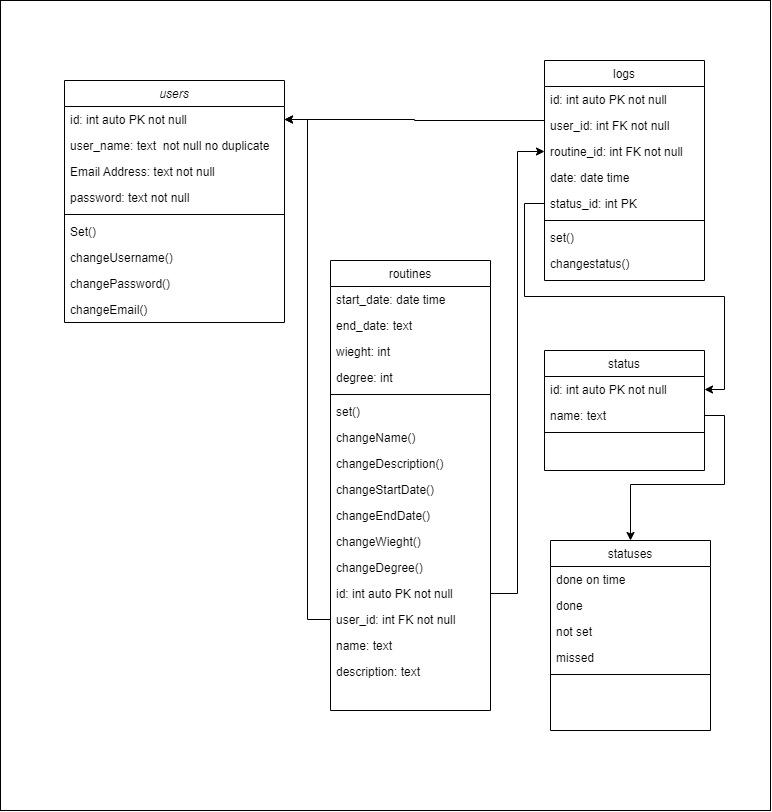
Before: Database schema.drawio.png, a diagram exported from draw.io (ahmedelbrmbaly/routiner). Source tidied: cells renumbered, new cells last; positions are measured from the earlier drawing's top-left corner, leaving out a move shared by most shapes.
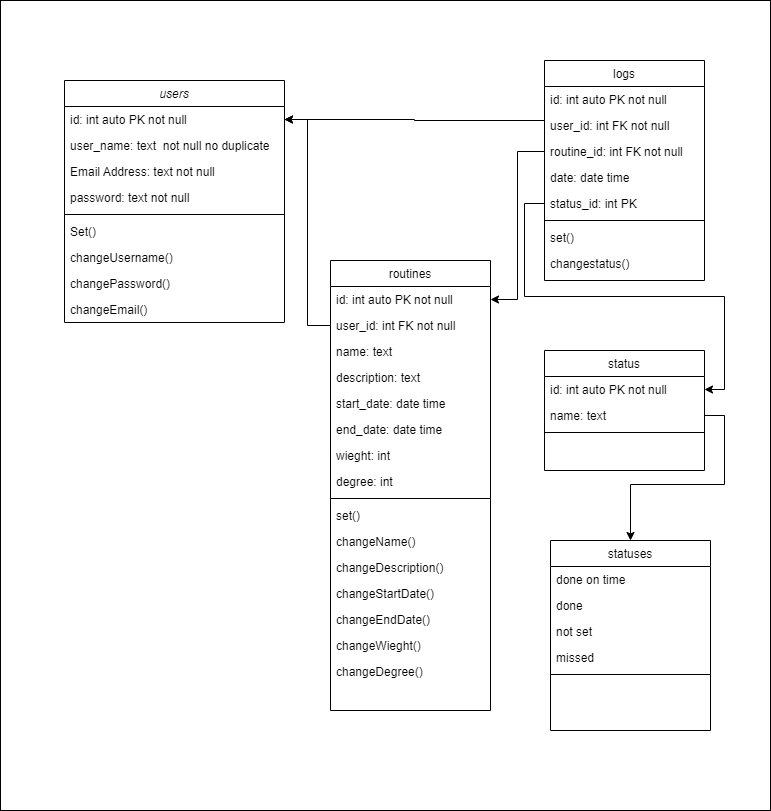
The same diagram one commit later.

Diff of the diagram source:
```diff
@@ -38,54 +38,54 @@
     <mxCell id="13" value="routines" style="swimlane;fontStyle=0;align=center;verticalAlign=top;horizontal=1;startSize=26;rounded=0;shadow=0;strokeWidth=1;" parent="1" vertex="1">
       <mxGeometry x="330" y="260" width="160" height="450" as="geometry" />
     </mxCell>
+    <mxCell id="26" value="id: int auto PK not null" style="text;align=left;verticalAlign=top;spacingLeft=4;spacingRight=4;overflow=hidden;points=[[0,0.5],[1,0.5]];portConstraint=eastwest;" parent="13" vertex="1">
+      <mxGeometry y="26" width="160" height="26" as="geometry" />
+    </mxCell>
+    <mxCell id="27" value="user_id: int FK not null" style="text;align=left;verticalAlign=top;spacingLeft=4;spacingRight=4;overflow=hidden;points=[[0,0.5],[1,0.5]];portConstraint=eastwest;" parent="13" vertex="1">
+      <mxGeometry y="52" width="160" height="26" as="geometry" />
+    </mxCell>
+    <mxCell id="28" value="name: text" style="text;align=left;verticalAlign=top;spacingLeft=4;spacingRight=4;overflow=hidden;rounded=0;shadow=0;html=0;" parent="13" vertex="1">
+      <mxGeometry y="78" width="160" height="26" as="geometry" />
+    </mxCell>
+    <mxCell id="29" value="description: text" style="text;align=left;verticalAlign=top;spacingLeft=4;spacingRight=4;overflow=hidden;rounded=0;shadow=0;html=0;" parent="13" vertex="1">
+      <mxGeometry y="104" width="160" height="26" as="geometry" />
+    </mxCell>
     <mxCell id="14" value="start_date: date time" style="text;align=left;verticalAlign=top;spacingLeft=4;spacingRight=4;overflow=hidden;rounded=0;shadow=0;html=0;" parent="13" vertex="1">
-      <mxGeometry y="26" width="160" height="26" as="geometry" />
+      <mxGeometry y="130" width="160" height="26" as="geometry" />
     </mxCell>
-    <mxCell id="15" value="end_date: text" style="text;align=left;verticalAlign=top;spacingLeft=4;spacingRight=4;overflow=hidden;rounded=0;shadow=0;html=0;" parent="13" vertex="1">
-      <mxGeometry y="52" width="160" height="26" as="geometry" />
+    <mxCell id="15" value="end_date: date time" style="text;align=left;verticalAlign=top;spacingLeft=4;spacingRight=4;overflow=hidden;rounded=0;shadow=0;html=0;" parent="13" vertex="1">
+      <mxGeometry y="156" width="160" height="26" as="geometry" />
     </mxCell>
     <mxCell id="16" value="wieght: int" style="text;align=left;verticalAlign=top;spacingLeft=4;spacingRight=4;overflow=hidden;" parent="13" vertex="1">
-      <mxGeometry y="78" width="160" height="26" as="geometry" />
+      <mxGeometry y="182" width="160" height="26" as="geometry" />
     </mxCell>
     <mxCell id="17" value="degree: int" style="text;align=left;verticalAlign=top;spacingLeft=4;spacingRight=4;overflow=hidden;" parent="13" vertex="1">
-      <mxGeometry y="104" width="160" height="26" as="geometry" />
+      <mxGeometry y="208" width="160" height="26" as="geometry" />
     </mxCell>
     <mxCell id="18" style="line;html=1;strokeWidth=1;align=left;verticalAlign=middle;spacingTop=-1;spacingLeft=3;spacingRight=3;labelPosition=right;" parent="13" vertex="1">
-      <mxGeometry y="130" width="160" height="8" as="geometry" />
+      <mxGeometry y="234" width="160" height="8" as="geometry" />
     </mxCell>
     <mxCell id="19" value="set()" style="text;align=left;verticalAlign=top;spacingLeft=4;spacingRight=4;overflow=hidden;" parent="13" vertex="1">
-      <mxGeometry y="138" width="160" height="26" as="geometry" />
+      <mxGeometry y="242" width="160" height="26" as="geometry" />
     </mxCell>
     <mxCell id="20" value="changeName()" style="text;align=left;verticalAlign=top;spacingLeft=4;spacingRight=4;overflow=hidden;" parent="13" vertex="1">
-      <mxGeometry y="164" width="160" height="26" as="geometry" />
+      <mxGeometry y="268" width="160" height="26" as="geometry" />
     </mxCell>
     <mxCell id="21" value="changeDescription()" style="text;align=left;verticalAlign=top;spacingLeft=4;spacingRight=4;overflow=hidden;" parent="13" vertex="1">
-      <mxGeometry y="190" width="160" height="26" as="geometry" />
+      <mxGeometry y="294" width="160" height="26" as="geometry" />
     </mxCell>
     <mxCell id="22" value="changeStartDate()" style="text;align=left;verticalAlign=top;spacingLeft=4;spacingRight=4;overflow=hidden;" parent="13" vertex="1">
-      <mxGeometry y="216" width="160" height="26" as="geometry" />
+      <mxGeometry y="320" width="160" height="26" as="geometry" />
     </mxCell>
     <mxCell id="23" value="changeEndDate()" style="text;align=left;verticalAlign=top;spacingLeft=4;spacingRight=4;overflow=hidden;" parent="13" vertex="1">
-      <mxGeometry y="242" width="160" height="26" as="geometry" />
+      <mxGeometry y="346" width="160" height="26" as="geometry" />
     </mxCell>
     <mxCell id="24" value="changeWieght()" style="text;align=left;verticalAlign=top;spacingLeft=4;spacingRight=4;overflow=hidden;" parent="13" vertex="1">
-      <mxGeometry y="268" width="160" height="26" as="geometry" />
+      <mxGeometry y="372" width="160" height="26" as="geometry" />
     </mxCell>
     <mxCell id="25" value="changeDegree()" style="text;align=left;verticalAlign=top;spacingLeft=4;spacingRight=4;overflow=hidden;" parent="13" vertex="1">
-      <mxGeometry y="294" width="160" height="26" as="geometry" />
+      <mxGeometry y="398" width="160" height="26" as="geometry" />
     </mxCell>
-    <mxCell id="26" value="id: int auto PK not null" style="text;align=left;verticalAlign=top;spacingLeft=4;spacingRight=4;overflow=hidden;points=[[0,0.5],[1,0.5]];portConstraint=eastwest;" parent="13" vertex="1">
-      <mxGeometry y="320" width="160" height="26" as="geometry" />
-    </mxCell>
-    <mxCell id="27" value="user_id: int FK not null" style="text;align=left;verticalAlign=top;spacingLeft=4;spacingRight=4;overflow=hidden;points=[[0,0.5],[1,0.5]];portConstraint=eastwest;" parent="13" vertex="1">
-      <mxGeometry y="346" width="160" height="26" as="geometry" />
-    </mxCell>
-    <mxCell id="28" value="name: text" style="text;align=left;verticalAlign=top;spacingLeft=4;spacingRight=4;overflow=hidden;rounded=0;shadow=0;html=0;" parent="13" vertex="1">
-      <mxGeometry y="372" width="160" height="26" as="geometry" />
-    </mxCell>
-    <mxCell id="29" value="description: text" style="text;align=left;verticalAlign=top;spacingLeft=4;spacingRight=4;overflow=hidden;rounded=0;shadow=0;html=0;" parent="13" vertex="1">
-      <mxGeometry y="398" width="160" height="26" as="geometry" />
-    </mxCell>
     <mxCell id="30" value="logs" style="swimlane;fontStyle=0;align=center;verticalAlign=top;horizontal=1;startSize=26;rounded=0;shadow=0;strokeWidth=1;" parent="1" vertex="1">
       <mxGeometry x="544" y="60" width="160" height="220" as="geometry" />
     </mxCell>
@@ -116,9 +116,6 @@
     <mxCell id="39" style="edgeStyle=orthogonalEdgeStyle;rounded=0;jettySize=auto;html=1;entryX=1;entryY=0.5;entryDx=0;entryDy=0;" parent="1" edge="1" source="27" target="4">
       <mxGeometry relative="1" as="geometry" />
     </mxCell>
-    <mxCell id="40" style="edgeStyle=orthogonalEdgeStyle;rounded=0;jettySize=auto;html=1;entryX=0;entryY=0.5;entryDx=0;entryDy=0;" parent="1" edge="1" source="26" target="33">
-      <mxGeometry relative="1" as="geometry" />
-    </mxCell>
     <mxCell id="41" style="edgeStyle=orthogonalEdgeStyle;rounded=0;jettySize=auto;html=1;entryX=1;entryY=0.5;entryDx=0;entryDy=0;" parent="1" edge="1" source="32" target="4">
       <mxGeometry relative="1" as="geometry">
         <Array as="points">
@@ -162,5 +159,8 @@
     <mxCell id="53" style="edgeStyle=orthogonalEdgeStyle;rounded=0;jettySize=auto;html=1;" parent="1" edge="1" source="44" target="46">
       <mxGeometry relative="1" as="geometry" />
     </mxCell>
+    <mxCell id="54" style="edgeStyle=orthogonalEdgeStyle;rounded=0;jettySize=auto;html=1;entryX=1;entryY=0.5;entryDx=0;entryDy=0;" parent="1" edge="1" source="33" target="26">
+      <mxGeometry relative="1" as="geometry" />
+    </mxCell>
   </root>
 </mxGraphModel>
```
